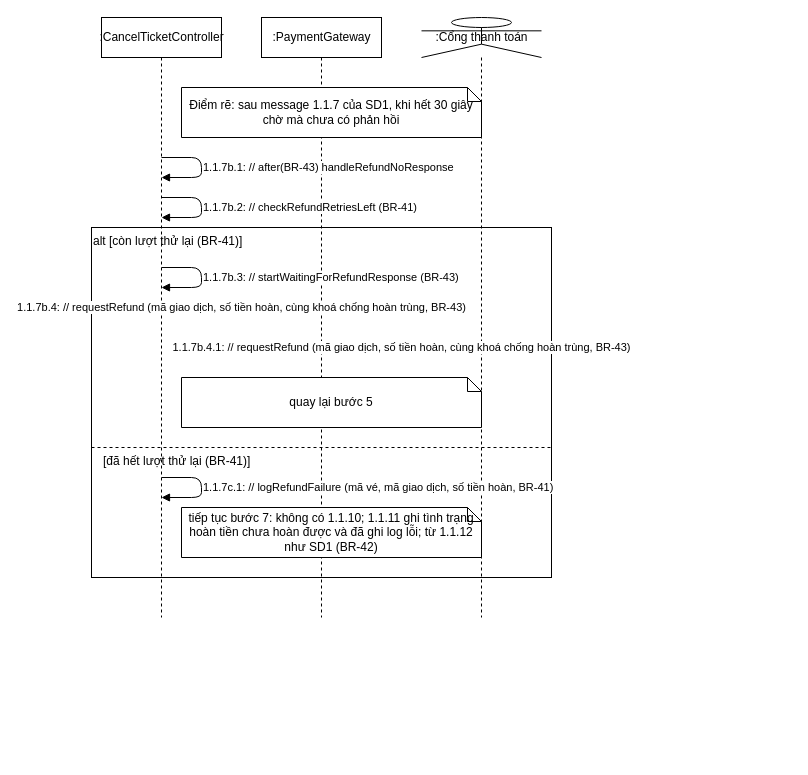
The draw.io diagram page "SD4 - Luồng 5b và 5c" (4 of 7) of design/diagrams/P07-sequence-UC-008.drawio in luytbq/app-dat-ve-xem-phim, before the edit. Source tidied: cells renumbered, new cells numbered last; positions are measured from the earlier drawing's top-left corner, leaving out a move shared by most shapes. Both pictures are drawn from the tidied source at 100%, with x=0, y=0 at pixel (91, 17).
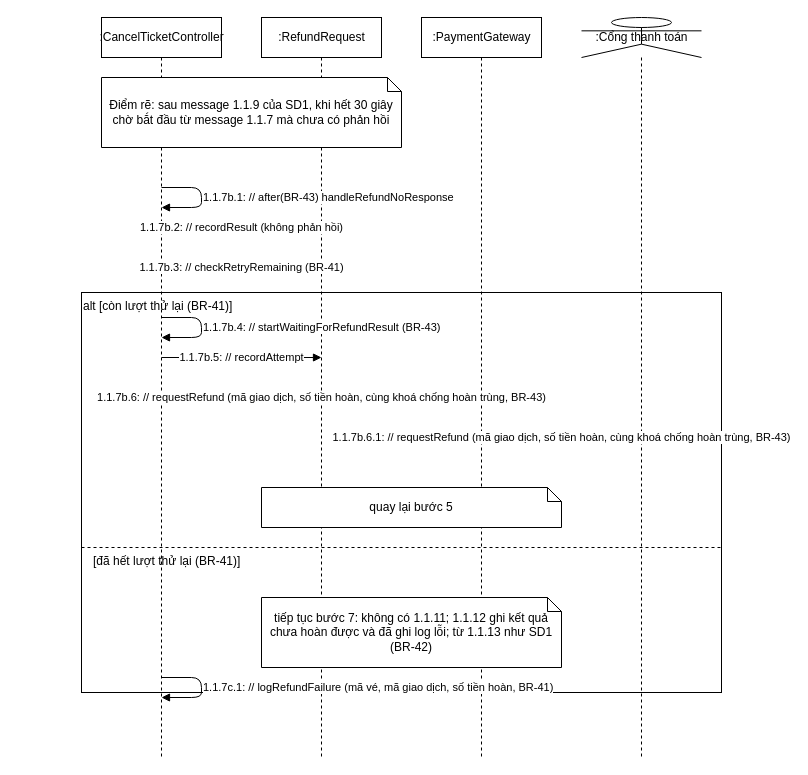
The same diagram, later.

What changed in the source:
```diff
@@
     <mxCell id="2" value=":CancelTicketController" style="shape=umlLifeline;perimeter=lifelinePerimeter;html=1;" parent="1" vertex="1">
-      <mxGeometry x="10" width="120" height="600" as="geometry" />
+      <mxGeometry x="10" width="120" height="740" as="geometry" />
     </mxCell>
+    <mxCell id="17" value=":RefundRequest" style="shape=umlLifeline;perimeter=lifelinePerimeter;html=1;" parent="1" vertex="1">
+      <mxGeometry x="170" width="120" height="740" as="geometry" />
+    </mxCell>
     <mxCell id="3" value=":PaymentGateway" style="shape=umlLifeline;perimeter=lifelinePerimeter;html=1;" parent="1" vertex="1">
-      <mxGeometry x="170" width="120" height="600" as="geometry" />
+      <mxGeometry x="330" width="120" height="740" as="geometry" />
     </mxCell>
     <mxCell id="4" value=":Cổng thanh toán" style="shape=umlLifeline;participant=umlActor;perimeter=lifelinePerimeter;html=1;" parent="1" vertex="1">
-      <mxGeometry x="330" width="120" height="600" as="geometry" />
+      <mxGeometry x="490" width="120" height="740" as="geometry" />
     </mxCell>
     <mxCell id="5" value="alt [còn lượt thử lại (BR-41)]" style="rounded=0;whiteSpace=wrap;html=1;fillColor=none;align=left;verticalAlign=top;" parent="1" vertex="1">
-      <mxGeometry y="210" width="460" height="350" as="geometry" />
+      <mxGeometry x="-10" y="275" width="640" height="400" as="geometry" />
     </mxCell>
     <mxCell id="6" style="endArrow=none;dashed=1;html=1;" parent="1" edge="1">
       <mxGeometry relative="1" as="geometry">
-        <mxPoint y="430" as="sourcePoint" />
-        <mxPoint x="460" y="430" as="targetPoint" />
+        <mxPoint x="-10" y="530" as="sourcePoint" />
+        <mxPoint x="630" y="530" as="targetPoint" />
       </mxGeometry>
     </mxCell>
     <mxCell id="7" value="[đã hết lượt thử lại (BR-41)]" style="text;html=1;align=left;verticalAlign=top;" parent="1" vertex="1">
-      <mxGeometry x="10" y="430" width="440" height="20" as="geometry" />
+      <mxGeometry y="530" width="620" height="20" as="geometry" />
     </mxCell>
-    <mxCell id="8" value="Điểm rẽ: sau message 1.1.7 của SD1, khi hết 30 giây chờ mà chưa có phản hồi" style="shape=note;whiteSpace=wrap;html=1;size=14;" parent="1" vertex="1">
-      <mxGeometry x="90" y="70" width="300" height="50" as="geometry" />
+    <mxCell id="8" value="Điểm rẽ: sau message 1.1.9 của SD1, khi hết 30 giây chờ bắt đầu từ message 1.1.7 mà chưa có phản hồi" style="shape=note;whiteSpace=wrap;html=1;size=14;" parent="1" vertex="1">
+      <mxGeometry x="10" y="60" width="300" height="70" as="geometry" />
     </mxCell>
+    <mxCell id="14" value="quay lại bước 5" style="shape=note;whiteSpace=wrap;html=1;size=14;" parent="1" vertex="1">
+      <mxGeometry x="170" y="470" width="300" height="40" as="geometry" />
+    </mxCell>
+    <mxCell id="16" value="tiếp tục bước 7: không có 1.1.11; 1.1.12 ghi kết quả chưa hoàn được và đã ghi log lỗi; từ 1.1.13 như SD1 (BR-42)" style="shape=note;whiteSpace=wrap;html=1;size=14;" parent="1" vertex="1">
+      <mxGeometry x="170" y="580" width="300" height="70" as="geometry" />
+    </mxCell>
     <mxCell id="9" value="1.1.7b.1: // after(BR-43) handleRefundNoResponse" style="endArrow=block;endFill=1;html=1;align=left;" parent="1" edge="1">
       <mxGeometry relative="1" as="geometry">
-        <mxPoint x="70" y="140" as="sourcePoint" />
-        <mxPoint x="70" y="160" as="targetPoint" />
+        <mxPoint x="70" y="170" as="sourcePoint" />
+        <mxPoint x="70" y="190" as="targetPoint" />
         <Array as="points">
-          <mxPoint x="110" y="140" />
-          <mxPoint x="110" y="160" />
+          <mxPoint x="110" y="170" />
+          <mxPoint x="110" y="190" />
         </Array>
       </mxGeometry>
     </mxCell>
-    <mxCell id="10" value="1.1.7b.2: // checkRefundRetriesLeft (BR-41)" style="endArrow=block;endFill=1;html=1;align=left;" parent="1" edge="1">
+    <mxCell id="10" value="1.1.7b.2: // recordResult (không phản hồi)" style="endArrow=block;endFill=1;html=1;" parent="1" edge="1">
       <mxGeometry relative="1" as="geometry">
-        <mxPoint x="70" y="180" as="sourcePoint" />
-        <mxPoint x="70" y="200" as="targetPoint" />
-        <Array as="points">
-          <mxPoint x="110" y="180" />
-          <mxPoint x="110" y="200" />
-        </Array>
+        <mxPoint x="70" y="210" as="sourcePoint" />
+        <mxPoint x="230" y="210" as="targetPoint" />
       </mxGeometry>
     </mxCell>
-    <mxCell id="11" value="1.1.7b.3: // startWaitingForRefundResponse (BR-43)" style="endArrow=block;endFill=1;html=1;align=left;" parent="1" edge="1">
+    <mxCell id="11" value="1.1.7b.3: // checkRetryRemaining (BR-41)" style="endArrow=block;endFill=1;html=1;" parent="1" edge="1">
       <mxGeometry relative="1" as="geometry">
         <mxPoint x="70" y="250" as="sourcePoint" />
-        <mxPoint x="70" y="270" as="targetPoint" />
-        <Array as="points">
-          <mxPoint x="110" y="250" />
-          <mxPoint x="110" y="270" />
-        </Array>
+        <mxPoint x="230" y="250" as="targetPoint" />
       </mxGeometry>
     </mxCell>
-    <mxCell id="12" value="1.1.7b.4: // requestRefund (mã giao dịch, số tiền hoàn, cùng khoá chống hoàn trùng, BR-43)" style="endArrow=block;endFill=1;html=1;" parent="1" edge="1">
+    <mxCell id="12" value="1.1.7b.4: // startWaitingForRefundResult (BR-43)" style="endArrow=block;endFill=1;html=1;align=left;" parent="1" edge="1">
       <mxGeometry relative="1" as="geometry">
-        <mxPoint x="70" y="290" as="sourcePoint" />
-        <mxPoint x="230" y="290" as="targetPoint" />
+        <mxPoint x="70" y="300" as="sourcePoint" />
+        <mxPoint x="70" y="320" as="targetPoint" />
+        <Array as="points">
+          <mxPoint x="110" y="300" />
+          <mxPoint x="110" y="320" />
+        </Array>
       </mxGeometry>
     </mxCell>
-    <mxCell id="13" value="1.1.7b.4.1: // requestRefund (mã giao dịch, số tiền hoàn, cùng khoá chống hoàn trùng, BR-43)" style="endArrow=block;endFill=1;html=1;" parent="1" edge="1">
-      <mxGeometry relative="1" as="geometry">
-        <mxPoint x="230" y="330" as="sourcePoint" />
-        <mxPoint x="390" y="330" as="targetPoint" />
-      </mxGeometry>
-    </mxCell>
-    <mxCell id="14" value="quay lại bước 5" style="shape=note;whiteSpace=wrap;html=1;size=14;" parent="1" vertex="1">
-      <mxGeometry x="90" y="360" width="300" height="50" as="geometry" />
-    </mxCell>
+    <mxCell id="18" value="1.1.7b.5: // recordAttempt" style="endArrow=block;endFill=1;html=1;" parent="1" edge="1">
+      <mxGeometry relative="1" as="geometry">
+        <mxPoint x="70" y="340" as="sourcePoint" />
+        <mxPoint x="230" y="340" as="targetPoint" />
+      </mxGeometry>
+    </mxCell>
+    <mxCell id="19" value="1.1.7b.6: // requestRefund (mã giao dịch, số tiền hoàn, cùng khoá chống hoàn trùng, BR-43)" style="endArrow=block;endFill=1;html=1;" parent="1" edge="1">
+      <mxGeometry relative="1" as="geometry">
+        <mxPoint x="70" y="380" as="sourcePoint" />
+        <mxPoint x="390" y="380" as="targetPoint" />
+      </mxGeometry>
+    </mxCell>
+    <mxCell id="20" value="1.1.7b.6.1: // requestRefund (mã giao dịch, số tiền hoàn, cùng khoá chống hoàn trùng, BR-43)" style="endArrow=block;endFill=1;html=1;" parent="1" edge="1">
+      <mxGeometry relative="1" as="geometry">
+        <mxPoint x="390" y="420" as="sourcePoint" />
+        <mxPoint x="550" y="420" as="targetPoint" />
+      </mxGeometry>
+    </mxCell>
     <mxCell id="15" value="1.1.7c.1: // logRefundFailure (mã vé, mã giao dịch, số tiền hoàn, BR-41)" style="endArrow=block;endFill=1;html=1;align=left;" parent="1" edge="1">
       <mxGeometry relative="1" as="geometry">
-        <mxPoint x="70" y="460" as="sourcePoint" />
-        <mxPoint x="70" y="480" as="targetPoint" />
+        <mxPoint x="70" y="660" as="sourcePoint" />
+        <mxPoint x="70" y="680" as="targetPoint" />
         <Array as="points">
-          <mxPoint x="110" y="460" />
-          <mxPoint x="110" y="480" />
+          <mxPoint x="110" y="660" />
+          <mxPoint x="110" y="680" />
         </Array>
       </mxGeometry>
     </mxCell>
-    <mxCell id="16" value="tiếp tục bước 7: không có 1.1.10; 1.1.11 ghi tình trạng hoàn tiền chưa hoàn được và đã ghi log lỗi; từ 1.1.12 như SD1 (BR-42)" style="shape=note;whiteSpace=wrap;html=1;size=14;" parent="1" vertex="1">
-      <mxGeometry x="90" y="490" width="300" height="50" as="geometry" />
-    </mxCell>
```
